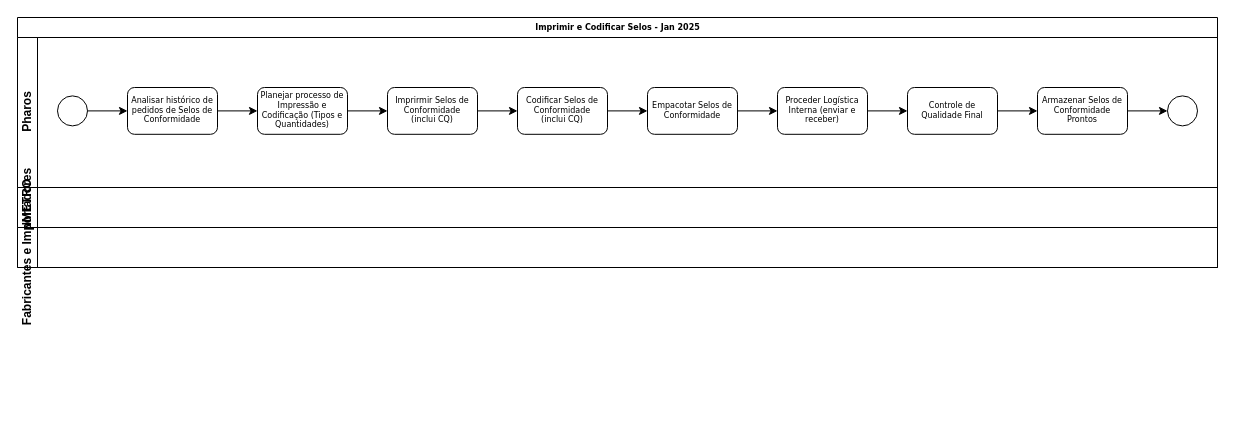
The draw.io diagram Imprimir e codificar.drawio in pharos2018/pharos, before the edit. Source tidied: cells renumbered, new cells numbered last; positions are measured from the earlier drawing's top-left corner, leaving out a move shared by most shapes. Both pictures are drawn from the tidied source at 100%, with x=0, y=0 at pixel (17, 17).
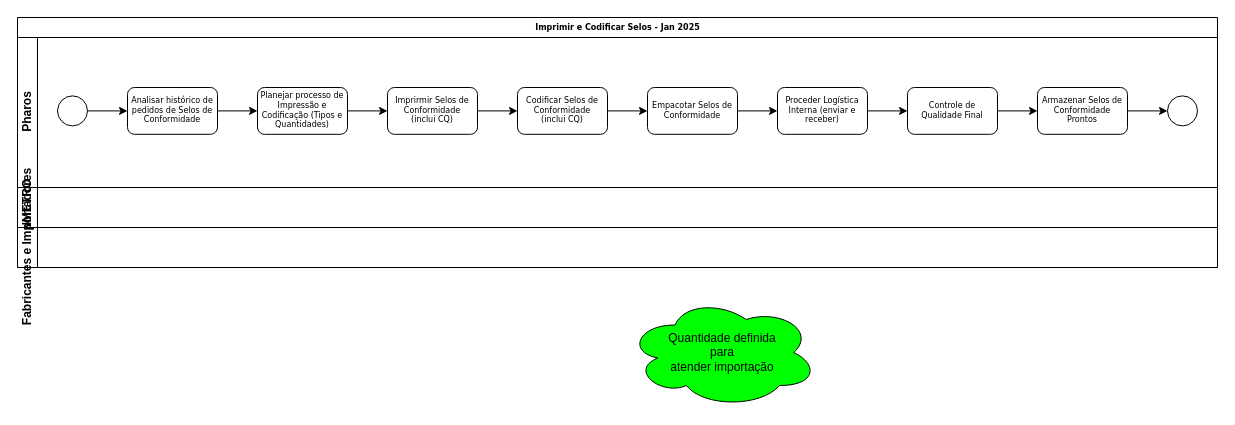
The same page after the edit.

What changed in the source:
```diff
@@
+    <mxCell id="25" value="Quantidade definida &lt;br&gt;para &lt;br&gt;atender importação" style="ellipse;shape=cloud;whiteSpace=wrap;html=1;fillColor=#00FF00;" parent="1" vertex="1">
+      <mxGeometry x="610" y="280" width="190" height="110" as="geometry" />
+    </mxCell>
```
